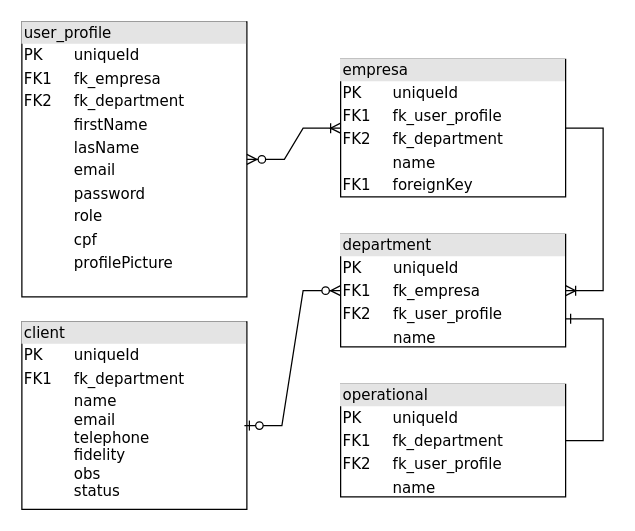
Earlier version of the draw.io diagram test.drawio (Pelifefe/learn-nodejs). Source tidied: cells renumbered, new cells numbered last; positions are measured from the earlier drawing's top-left corner, leaving out a move shared by most shapes. Both pictures are drawn from the tidied source at 125%, with x=0, y=0 at pixel (21, 21).
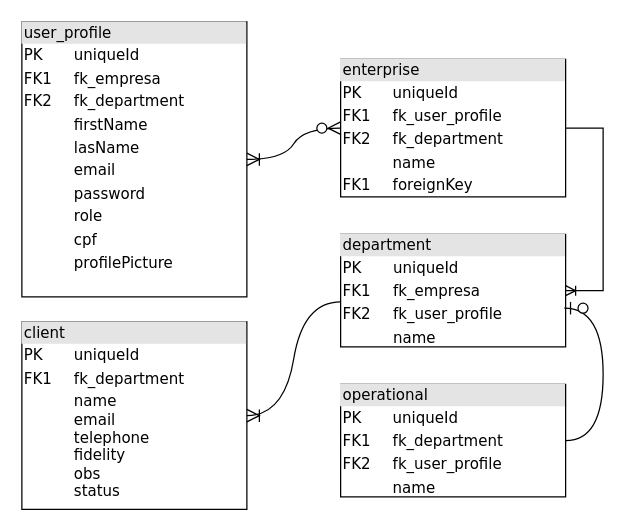
The same page after the edit.

Change to the diagram source:
```diff
@@
 <mxGraphModel>
   <root>
     <mxCell id="0" />
     <mxCell id="1" parent="0" />
     <mxCell id="2" value="&lt;div style=&quot;box-sizing: border-box; width: 100%; background: rgb(228, 228, 228); padding: 2px;&quot;&gt;client&lt;/div&gt;&lt;table style=&quot;width:100%;font-size:1em;&quot; cellpadding=&quot;2&quot; cellspacing=&quot;0&quot;&gt;&lt;tbody&gt;&lt;tr&gt;&lt;td&gt;PK&lt;/td&gt;&lt;td&gt;uniqueId&lt;/td&gt;&lt;/tr&gt;&lt;tr&gt;&lt;td&gt;FK1&lt;/td&gt;&lt;td&gt;fk_department&lt;/td&gt;&lt;/tr&gt;&lt;tr&gt;&lt;td&gt;&lt;/td&gt;&lt;td&gt;name&lt;br&gt;email&lt;br&gt;telephone&lt;br&gt;fidelity&lt;br&gt;obs&lt;br&gt;status&lt;br&gt;&lt;br&gt;&lt;/td&gt;&lt;/tr&gt;&lt;/tbody&gt;&lt;/table&gt;" style="verticalAlign=top;align=left;overflow=fill;html=1;rounded=0;shadow=0;comic=0;labelBackgroundColor=none;strokeWidth=1;fontFamily=Verdana;fontSize=12;" parent="1" vertex="1">
       <mxGeometry y="240" width="180" height="150" as="geometry" />
     </mxCell>
     <mxCell id="3" value="&lt;div style=&quot;box-sizing: border-box; width: 100%; background: rgb(228, 228, 228); padding: 2px;&quot;&gt;department&lt;/div&gt;&lt;table style=&quot;width: 100% ; font-size: 1em&quot; cellpadding=&quot;2&quot; cellspacing=&quot;0&quot;&gt;&lt;tbody&gt;&lt;tr&gt;&lt;td&gt;PK&lt;/td&gt;&lt;td&gt;uniqueId&lt;/td&gt;&lt;/tr&gt;&lt;tr&gt;&lt;td&gt;FK1&lt;/td&gt;&lt;td&gt;fk_empresa&lt;/td&gt;&lt;/tr&gt;&lt;tr&gt;&lt;td&gt;FK2&lt;/td&gt;&lt;td&gt;fk_user_profile&lt;/td&gt;&lt;/tr&gt;&lt;tr&gt;&lt;td&gt;&lt;br&gt;&lt;/td&gt;&lt;td&gt;name&lt;/td&gt;&lt;/tr&gt;&lt;tr&gt;&lt;td&gt;&lt;br&gt;&lt;/td&gt;&lt;td&gt;&lt;br&gt;&lt;/td&gt;&lt;/tr&gt;&lt;tr&gt;&lt;td&gt;&lt;br&gt;&lt;/td&gt;&lt;td&gt;&lt;br&gt;&lt;/td&gt;&lt;/tr&gt;&lt;/tbody&gt;&lt;/table&gt;" style="verticalAlign=top;align=left;overflow=fill;html=1;rounded=0;shadow=0;comic=0;labelBackgroundColor=none;strokeWidth=1;fontFamily=Verdana;fontSize=12;" parent="1" vertex="1">
       <mxGeometry x="255" y="170" width="180" height="90" as="geometry" />
     </mxCell>
     <mxCell id="4" value="&lt;div style=&quot;box-sizing: border-box; width: 100%; background: rgb(228, 228, 228); padding: 2px;&quot;&gt;user_profile&lt;/div&gt;&lt;table style=&quot;width: 100% ; font-size: 1em&quot; cellpadding=&quot;2&quot; cellspacing=&quot;0&quot;&gt;&lt;tbody&gt;&lt;tr&gt;&lt;td&gt;PK&lt;/td&gt;&lt;td&gt;uniqueId&lt;/td&gt;&lt;/tr&gt;&lt;tr&gt;&lt;td&gt;FK1&lt;/td&gt;&lt;td&gt;fk_empresa&lt;/td&gt;&lt;/tr&gt;&lt;tr&gt;&lt;td&gt;FK2&lt;/td&gt;&lt;td&gt;fk_department&lt;/td&gt;&lt;/tr&gt;&lt;tr&gt;&lt;td&gt;&lt;br&gt;&lt;/td&gt;&lt;td&gt;firstName&lt;/td&gt;&lt;/tr&gt;&lt;tr&gt;&lt;td&gt;&lt;br&gt;&lt;/td&gt;&lt;td&gt;lasName&lt;br&gt;&lt;/td&gt;&lt;/tr&gt;&lt;tr&gt;&lt;td&gt;&lt;br&gt;&lt;/td&gt;&lt;td&gt;email&lt;/td&gt;&lt;/tr&gt;&lt;tr&gt;&lt;td&gt;&lt;br&gt;&lt;/td&gt;&lt;td&gt;password&lt;/td&gt;&lt;/tr&gt;&lt;tr&gt;&lt;td&gt;&lt;br&gt;&lt;/td&gt;&lt;td&gt;role&lt;/td&gt;&lt;/tr&gt;&lt;tr&gt;&lt;td&gt;&lt;br&gt;&lt;/td&gt;&lt;td&gt;cpf&lt;/td&gt;&lt;/tr&gt;&lt;tr&gt;&lt;td&gt;&lt;br&gt;&lt;/td&gt;&lt;td&gt;profilePicture&lt;/td&gt;&lt;/tr&gt;&lt;tr&gt;&lt;td&gt;&lt;br&gt;&lt;/td&gt;&lt;td&gt;&lt;br&gt;&lt;/td&gt;&lt;/tr&gt;&lt;tr&gt;&lt;td&gt;&lt;br&gt;&lt;/td&gt;&lt;td&gt;&lt;br&gt;&lt;/td&gt;&lt;/tr&gt;&lt;/tbody&gt;&lt;/table&gt;" style="verticalAlign=top;align=left;overflow=fill;html=1;rounded=0;shadow=0;comic=0;labelBackgroundColor=none;strokeWidth=1;fontFamily=Verdana;fontSize=12;" parent="1" vertex="1">
       <mxGeometry width="180" height="220" as="geometry" />
     </mxCell>
-    <mxCell id="5" value="&lt;div style=&quot;box-sizing: border-box; width: 100%; background: rgb(228, 228, 228); padding: 2px;&quot;&gt;empresa&lt;/div&gt;&lt;table style=&quot;width: 100% ; font-size: 1em&quot; cellpadding=&quot;2&quot; cellspacing=&quot;0&quot;&gt;&lt;tbody&gt;&lt;tr&gt;&lt;td&gt;PK&lt;/td&gt;&lt;td&gt;uniqueId&lt;/td&gt;&lt;/tr&gt;&lt;tr&gt;&lt;td&gt;FK1&lt;/td&gt;&lt;td&gt;fk_user_profile&lt;/td&gt;&lt;/tr&gt;&lt;tr&gt;&lt;td&gt;FK2&lt;/td&gt;&lt;td&gt;fk_department&lt;/td&gt;&lt;/tr&gt;&lt;tr&gt;&lt;td&gt;&lt;br&gt;&lt;/td&gt;&lt;td&gt;name&lt;br&gt;&lt;/td&gt;&lt;/tr&gt;&lt;tr&gt;&lt;td&gt;FK1&lt;br&gt;&lt;/td&gt;&lt;td&gt;foreignKey&lt;br&gt;&lt;/td&gt;&lt;/tr&gt;&lt;tr&gt;&lt;td&gt;&lt;br&gt;&lt;/td&gt;&lt;td&gt;&lt;br&gt;&lt;/td&gt;&lt;/tr&gt;&lt;/tbody&gt;&lt;/table&gt;" style="verticalAlign=top;align=left;overflow=fill;html=1;rounded=0;shadow=0;comic=0;labelBackgroundColor=none;strokeWidth=1;fontFamily=Verdana;fontSize=12;" parent="1" vertex="1">
+    <mxCell id="5" value="&lt;div style=&quot;box-sizing: border-box; width: 100%; background: rgb(228, 228, 228); padding: 2px;&quot;&gt;enterprise&lt;/div&gt;&lt;table style=&quot;width: 100% ; font-size: 1em&quot; cellpadding=&quot;2&quot; cellspacing=&quot;0&quot;&gt;&lt;tbody&gt;&lt;tr&gt;&lt;td&gt;PK&lt;/td&gt;&lt;td&gt;uniqueId&lt;/td&gt;&lt;/tr&gt;&lt;tr&gt;&lt;td&gt;FK1&lt;/td&gt;&lt;td&gt;fk_user_profile&lt;/td&gt;&lt;/tr&gt;&lt;tr&gt;&lt;td&gt;FK2&lt;/td&gt;&lt;td&gt;fk_department&lt;/td&gt;&lt;/tr&gt;&lt;tr&gt;&lt;td&gt;&lt;br&gt;&lt;/td&gt;&lt;td&gt;name&lt;br&gt;&lt;/td&gt;&lt;/tr&gt;&lt;tr&gt;&lt;td&gt;FK1&lt;br&gt;&lt;/td&gt;&lt;td&gt;foreignKey&lt;br&gt;&lt;/td&gt;&lt;/tr&gt;&lt;tr&gt;&lt;td&gt;&lt;br&gt;&lt;/td&gt;&lt;td&gt;&lt;br&gt;&lt;/td&gt;&lt;/tr&gt;&lt;/tbody&gt;&lt;/table&gt;" style="verticalAlign=top;align=left;overflow=fill;html=1;rounded=0;shadow=0;comic=0;labelBackgroundColor=none;strokeWidth=1;fontFamily=Verdana;fontSize=12;" parent="1" vertex="1">
       <mxGeometry x="255" y="30" width="180" height="110" as="geometry" />
     </mxCell>
     <mxCell id="6" value="&lt;div style=&quot;box-sizing: border-box; width: 100%; background: rgb(228, 228, 228); padding: 2px;&quot;&gt;operational&lt;/div&gt;&lt;table style=&quot;width: 100% ; font-size: 1em&quot; cellpadding=&quot;2&quot; cellspacing=&quot;0&quot;&gt;&lt;tbody&gt;&lt;tr&gt;&lt;td&gt;PK&lt;/td&gt;&lt;td&gt;uniqueId&lt;/td&gt;&lt;/tr&gt;&lt;tr&gt;&lt;td&gt;FK1&lt;/td&gt;&lt;td&gt;fk_department&lt;/td&gt;&lt;/tr&gt;&lt;tr&gt;&lt;td&gt;FK2&lt;/td&gt;&lt;td&gt;fk_user_profile&lt;/td&gt;&lt;/tr&gt;&lt;tr&gt;&lt;td&gt;&lt;br&gt;&lt;/td&gt;&lt;td&gt;name&lt;/td&gt;&lt;/tr&gt;&lt;tr&gt;&lt;td&gt;&lt;br&gt;&lt;/td&gt;&lt;td&gt;&lt;br&gt;&lt;/td&gt;&lt;/tr&gt;&lt;tr&gt;&lt;td&gt;&lt;br&gt;&lt;/td&gt;&lt;td&gt;&lt;br&gt;&lt;/td&gt;&lt;/tr&gt;&lt;/tbody&gt;&lt;/table&gt;" style="verticalAlign=top;align=left;overflow=fill;html=1;rounded=0;shadow=0;comic=0;labelBackgroundColor=none;strokeWidth=1;fontFamily=Verdana;fontSize=12;" parent="1" vertex="1">
       <mxGeometry x="255" y="290" width="180" height="90" as="geometry" />
     </mxCell>
     <mxCell id="7" style="edgeStyle=entityRelationEdgeStyle;fontSize=12;html=1;endArrow=ERoneToMany;rounded=0;entryX=1;entryY=0.5;entryDx=0;entryDy=0;exitX=1;exitY=0.5;exitDx=0;exitDy=0;" parent="1" edge="1" source="5" target="3">
       <mxGeometry relative="1" as="geometry">
         <Array as="points">
           <mxPoint x="494.5" y="190" />
           <mxPoint x="494.5" y="190" />
           <mxPoint x="525" y="110" />
           <mxPoint x="545" y="110" />
         </Array>
       </mxGeometry>
     </mxCell>
-    <mxCell id="8" style="edgeStyle=entityRelationEdgeStyle;fontSize=12;html=1;endArrow=ERone;endFill=1;rounded=0;entryX=1;entryY=0.75;entryDx=0;entryDy=0;exitX=1;exitY=0.5;exitDx=0;exitDy=0;" parent="1" edge="1" source="6" target="3">
-      <mxGeometry relative="1" as="geometry">
-        <Array as="points">
-          <mxPoint x="490" y="325" />
-        </Array>
-      </mxGeometry>
+    <mxCell id="8" style="edgeStyle=entityRelationEdgeStyle;fontSize=12;html=1;endArrow=ERzeroToOne;endFill=1;rounded=0;startSize=8;endSize=8;curved=1;entryX=0.994;entryY=0.656;entryDx=0;entryDy=0;entryPerimeter=0;" parent="1" edge="1" source="6" target="3">
+      <mxGeometry relative="1" as="geometry" />
     </mxCell>
-    <mxCell id="9" style="edgeStyle=entityRelationEdgeStyle;fontSize=12;html=1;endArrow=ERzeroToMany;startArrow=ERzeroToOne;rounded=0;entryX=0;entryY=0.5;entryDx=0;entryDy=0;exitX=0.989;exitY=0.553;exitDx=0;exitDy=0;exitPerimeter=0;" parent="1" edge="1" source="2" target="3">
-      <mxGeometry relative="1" as="geometry" />
-    </mxCell>
-    <mxCell id="10" style="edgeStyle=entityRelationEdgeStyle;fontSize=12;html=1;endArrow=ERoneToMany;startArrow=ERzeroToMany;rounded=0;exitX=1;exitY=0.5;exitDx=0;exitDy=0;" parent="1" edge="1" source="4" target="5">
-      <mxGeometry relative="1" as="geometry">
-        <Array as="points">
-          <mxPoint x="515" y="115" />
-        </Array>
-      </mxGeometry>
-    </mxCell>
+    <mxCell id="11" style="edgeStyle=entityRelationEdgeStyle;fontSize=12;html=1;endArrow=ERoneToMany;rounded=0;startSize=8;endSize=8;curved=1;exitX=0;exitY=0.6;exitDx=0;exitDy=0;exitPerimeter=0;" parent="1" edge="1" source="3" target="2">
+      <mxGeometry relative="1" as="geometry" />
+    </mxCell>
+    <mxCell id="12" style="edgeStyle=entityRelationEdgeStyle;fontSize=12;html=1;endArrow=ERoneToMany;startArrow=ERzeroToMany;rounded=0;startSize=8;endSize=8;curved=1;" parent="1" edge="1" source="5" target="4">
+      <mxGeometry relative="1" as="geometry" />
+    </mxCell>
+    <mxCell id="13" style="edgeStyle=none;curved=1;rounded=0;orthogonalLoop=1;jettySize=auto;html=1;exitX=1;exitY=0.5;exitDx=0;exitDy=0;fontSize=12;startSize=8;endSize=8;" parent="1" edge="1" source="4" target="4">
+      <mxGeometry relative="1" as="geometry" />
+    </mxCell>
   </root>
 </mxGraphModel>
```
